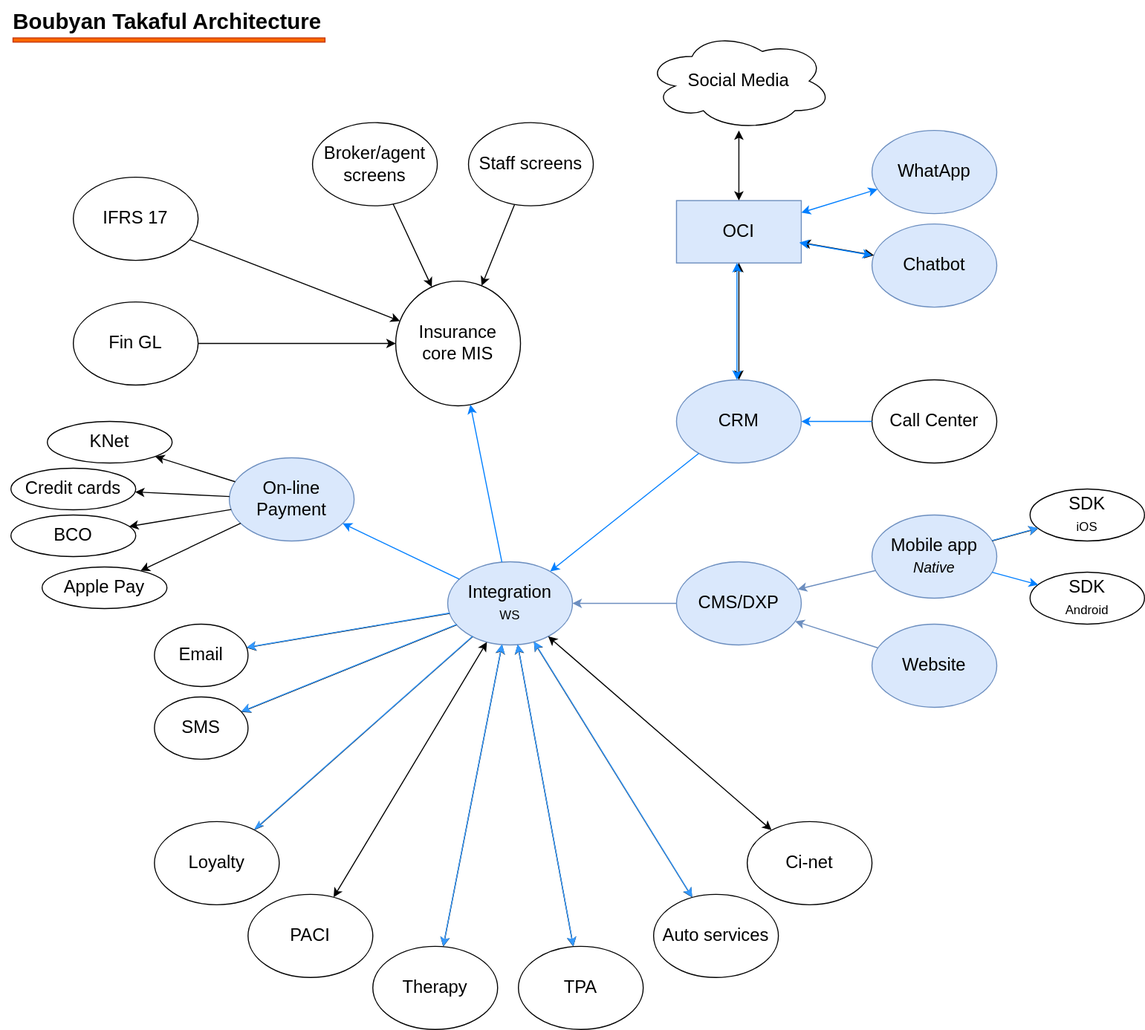
The draw.io diagram Astra Components(5).drawio.svg in computerchi/athome, before a commit. Source tidied: cells renumbered, new cells last; positions are measured from the earlier drawing's top-left corner, leaving out a move shared by most shapes.
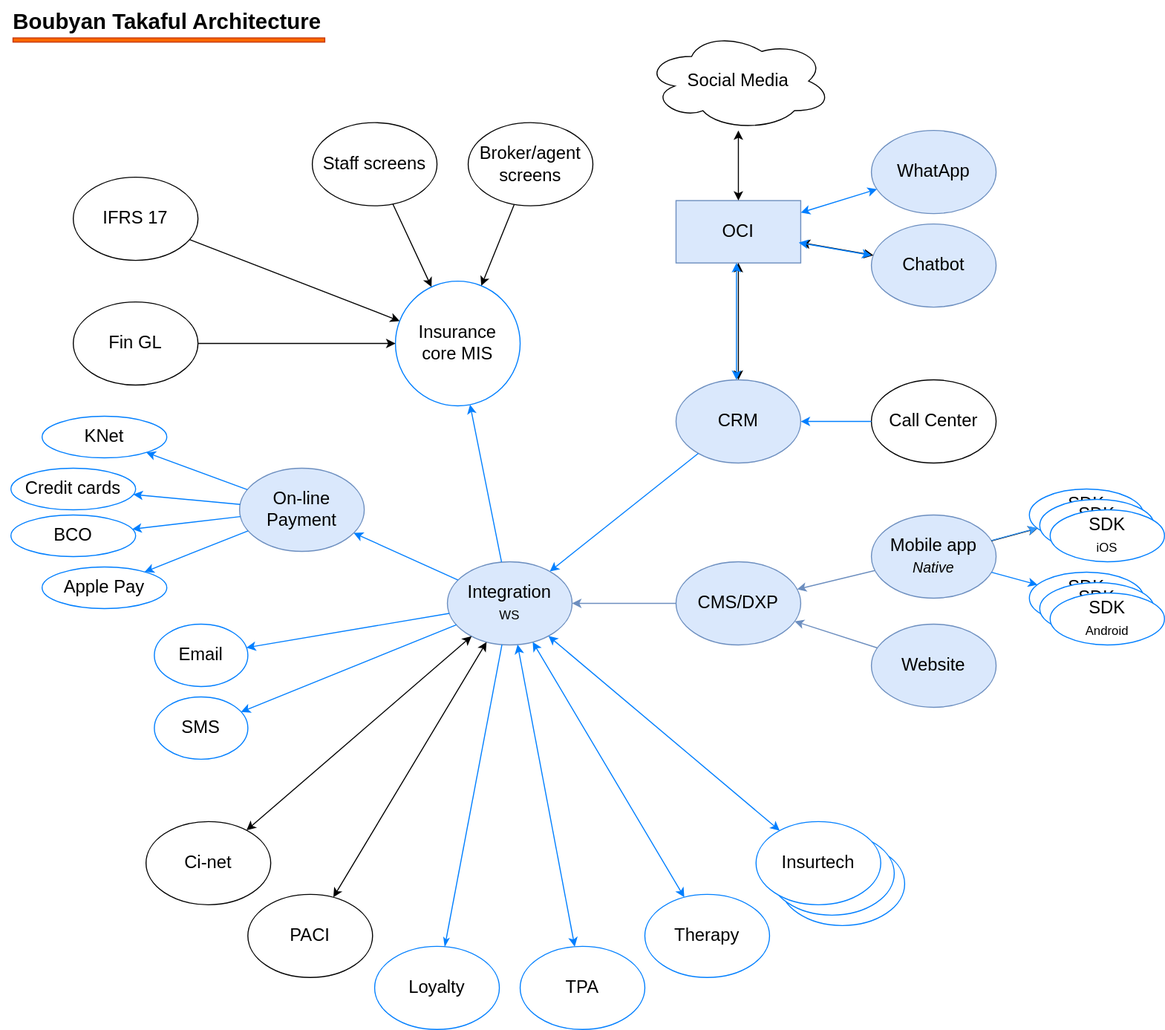
Above is the later version.

Change to the diagram source:
```diff
@@ -2,10 +2,16 @@
   <root>
     <mxCell id="0" />
     <mxCell id="1" parent="0" />
+    <mxCell id="72" value="Insurtech" style="ellipse;whiteSpace=wrap;html=1;fontSize=17;strokeColor=#007FFF;" parent="1" vertex="1">
+      <mxGeometry x="750" y="810" width="120" height="80" as="geometry" />
+    </mxCell>
+    <mxCell id="73" value="Insurtech" style="ellipse;whiteSpace=wrap;html=1;fontSize=17;strokeColor=#007FFF;" parent="1" vertex="1">
+      <mxGeometry x="740" y="800" width="120" height="80" as="geometry" />
+    </mxCell>
     <mxCell id="2" value="Staff screens" style="ellipse;whiteSpace=wrap;html=1;fontSize=17;" parent="1" vertex="1">
-      <mxGeometry x="450" y="117.5" width="120" height="80" as="geometry" />
+      <mxGeometry x="300" y="117.5" width="120" height="80" as="geometry" />
     </mxCell>
-    <mxCell id="3" value="&lt;div&gt;Insurance &lt;br&gt;&lt;/div&gt;&lt;div&gt;core MIS&lt;/div&gt;" style="ellipse;whiteSpace=wrap;html=1;fontSize=17;" parent="1" vertex="1">
+    <mxCell id="3" value="&lt;div&gt;Insurance &lt;br&gt;&lt;/div&gt;&lt;div&gt;core MIS&lt;/div&gt;" style="ellipse;whiteSpace=wrap;html=1;fontSize=17;strokeColor=#007FFF;" parent="1" vertex="1">
       <mxGeometry x="380" y="270" width="120" height="120" as="geometry" />
     </mxCell>
     <mxCell id="4" value="&lt;div&gt;Integration&lt;/div&gt;&lt;font style=&quot;font-size: 12px;&quot;&gt;WS&lt;/font&gt;" style="ellipse;whiteSpace=wrap;html=1;fontSize=17;fillColor=#dae8fc;strokeColor=#6c8ebf;" parent="1" vertex="1">
@@ -21,7 +27,7 @@
       <mxGeometry x="650" y="365" width="120" height="80" as="geometry" />
     </mxCell>
     <mxCell id="8" value="Broker/agent screens" style="ellipse;whiteSpace=wrap;html=1;fontSize=17;" parent="1" vertex="1">
-      <mxGeometry x="300" y="117.5" width="120" height="80" as="geometry" />
+      <mxGeometry x="450" y="117.5" width="120" height="80" as="geometry" />
     </mxCell>
     <mxCell id="9" style="endArrow=classic;html=1;rounded=0;fontSize=17;" parent="1" edge="1" source="2" target="3">
       <mxGeometry relative="1" as="geometry" />
@@ -65,10 +71,10 @@
     <mxCell id="22" style="endArrow=classic;startArrow=classic;html=1;rounded=0;fontSize=17;" parent="1" edge="1" source="17" target="21">
       <mxGeometry relative="1" as="geometry" />
     </mxCell>
-    <mxCell id="23" value="Therapy" style="ellipse;whiteSpace=wrap;html=1;fontSize=17;" parent="1" vertex="1">
-      <mxGeometry x="358" y="910" width="120" height="80" as="geometry" />
+    <mxCell id="23" value="Therapy" style="ellipse;whiteSpace=wrap;html=1;fontSize=17;strokeColor=#007FFF;" parent="1" vertex="1">
+      <mxGeometry x="620" y="860" width="120" height="80" as="geometry" />
     </mxCell>
-    <mxCell id="24" style="endArrow=classic;html=1;rounded=0;fontSize=17;startArrow=classic;startFill=1;" parent="1" edge="1" source="23" target="4">
+    <mxCell id="24" style="endArrow=classic;html=1;rounded=0;fontSize=17;startArrow=classic;startFill=1;strokeColor=#007FFF;" parent="1" edge="1" source="23" target="4">
       <mxGeometry relative="1" as="geometry" />
     </mxCell>
     <mxCell id="25" value="CMS/DXP" style="ellipse;whiteSpace=wrap;html=1;fontSize=17;fillColor=#dae8fc;strokeColor=#6c8ebf;" parent="1" vertex="1">
@@ -77,25 +83,25 @@
     <mxCell id="26" style="endArrow=classic;html=1;rounded=0;fontSize=17;fillColor=#dae8fc;strokeColor=#6c8ebf;" parent="1" edge="1" source="25" target="4">
       <mxGeometry relative="1" as="geometry" />
     </mxCell>
-    <mxCell id="27" value="&lt;div&gt;TPA&lt;/div&gt;" style="ellipse;whiteSpace=wrap;html=1;fontSize=17;" parent="1" vertex="1">
-      <mxGeometry x="498" y="910" width="120" height="80" as="geometry" />
+    <mxCell id="27" value="&lt;div&gt;TPA&lt;/div&gt;" style="ellipse;whiteSpace=wrap;html=1;fontSize=17;strokeColor=#007FFF;" parent="1" vertex="1">
+      <mxGeometry x="500" y="910" width="120" height="80" as="geometry" />
     </mxCell>
-    <mxCell id="28" style="endArrow=classic;html=1;rounded=0;fontSize=17;startArrow=classic;startFill=1;" parent="1" edge="1" source="27" target="4">
+    <mxCell id="28" style="endArrow=classic;html=1;rounded=0;fontSize=17;startArrow=classic;startFill=1;strokeColor=#007FFF;" parent="1" edge="1" source="27" target="4">
       <mxGeometry relative="1" as="geometry" />
     </mxCell>
     <mxCell id="29" value="&lt;div style=&quot;font-size: 17px;&quot;&gt;On-line Payment&lt;br style=&quot;font-size: 17px;&quot;&gt;&lt;/div&gt;" style="ellipse;whiteSpace=wrap;html=1;fontSize=17;fillColor=#dae8fc;strokeColor=#6c8ebf;" parent="1" vertex="1">
-      <mxGeometry x="220" y="440" width="120" height="80" as="geometry" />
+      <mxGeometry x="230" y="450" width="120" height="80" as="geometry" />
     </mxCell>
-    <mxCell id="30" value="Email" style="ellipse;whiteSpace=wrap;html=1;fontSize=17;" parent="1" vertex="1">
+    <mxCell id="30" value="Email" style="ellipse;whiteSpace=wrap;html=1;fontSize=17;strokeColor=#007FFF;" parent="1" vertex="1">
       <mxGeometry x="148" y="600" width="90" height="60" as="geometry" />
     </mxCell>
-    <mxCell id="31" value="SMS" style="ellipse;whiteSpace=wrap;html=1;fontSize=17;" parent="1" vertex="1">
+    <mxCell id="31" value="SMS" style="ellipse;whiteSpace=wrap;html=1;fontSize=17;strokeColor=#007FFF;" parent="1" vertex="1">
       <mxGeometry x="148" y="670" width="90" height="60" as="geometry" />
     </mxCell>
-    <mxCell id="32" style="endArrow=classic;html=1;rounded=0;fontSize=17;startArrow=none;startFill=0;endFill=1;" parent="1" edge="1" source="4" target="30">
+    <mxCell id="32" style="endArrow=classic;html=1;rounded=0;fontSize=17;startArrow=none;startFill=0;endFill=1;strokeColor=#007FFF;" parent="1" edge="1" source="4" target="30">
       <mxGeometry relative="1" as="geometry" />
     </mxCell>
-    <mxCell id="33" style="endArrow=classic;html=1;rounded=0;fontSize=17;startArrow=none;startFill=0;endFill=1;" parent="1" edge="1" source="4" target="31">
+    <mxCell id="33" style="endArrow=classic;html=1;rounded=0;fontSize=17;startArrow=none;startFill=0;endFill=1;strokeColor=#007FFF;" parent="1" edge="1" source="4" target="31">
       <mxGeometry relative="1" as="geometry" />
     </mxCell>
     <mxCell id="34" style="endArrow=none;html=1;rounded=0;fontSize=17;startArrow=classic;startFill=1;endFill=0;strokeColor=#007FFF;" parent="1" edge="1" source="29" target="4">
@@ -107,10 +113,10 @@
     <mxCell id="36" style="endArrow=classic;startArrow=classic;html=1;rounded=0;fontSize=17;strokeColor=#007FFF;" parent="1" edge="1" source="17" target="35">
       <mxGeometry relative="1" as="geometry" />
     </mxCell>
-    <mxCell id="37" value="Loyalty" style="ellipse;whiteSpace=wrap;html=1;fontSize=17;" parent="1" vertex="1">
-      <mxGeometry x="148" y="790" width="120" height="80" as="geometry" />
+    <mxCell id="37" value="Loyalty" style="ellipse;whiteSpace=wrap;html=1;fontSize=17;strokeColor=#007FFF;" parent="1" vertex="1">
+      <mxGeometry x="360" y="910" width="120" height="80" as="geometry" />
     </mxCell>
-    <mxCell id="38" style="endArrow=none;html=1;rounded=0;startArrow=classicThin;startFill=1;endFill=0;" parent="1" edge="1" source="37" target="4">
+    <mxCell id="38" style="endArrow=none;html=1;rounded=0;startArrow=classicThin;startFill=1;endFill=0;strokeColor=#007FFF;" parent="1" edge="1" source="37" target="4">
       <mxGeometry relative="1" as="geometry" />
     </mxCell>
     <mxCell id="39" value="PACI" style="ellipse;whiteSpace=wrap;html=1;fontSize=17;" parent="1" vertex="1">
@@ -125,44 +131,44 @@
     <mxCell id="42" value="&lt;div&gt;Mobile app&lt;/div&gt;&lt;div&gt;&lt;font size=&quot;1&quot;&gt;&lt;i style=&quot;font-size: 14px;&quot;&gt;Native&lt;/i&gt;&lt;/font&gt;&lt;br&gt;&lt;/div&gt;" style="ellipse;whiteSpace=wrap;html=1;fontSize=17;fillColor=#dae8fc;strokeColor=#6c8ebf;" parent="1" vertex="1">
       <mxGeometry x="838" y="495" width="120" height="80" as="geometry" />
     </mxCell>
-    <mxCell id="43" value="&lt;div&gt;SDK&lt;/div&gt;&lt;div&gt;&lt;font style=&quot;font-size: 12px;&quot;&gt;iOS&lt;/font&gt;&lt;br&gt;&lt;/div&gt;" style="ellipse;whiteSpace=wrap;html=1;fontSize=17;" parent="1" vertex="1">
+    <mxCell id="43" value="&lt;div&gt;SDK&lt;/div&gt;&lt;div&gt;&lt;font style=&quot;font-size: 12px;&quot;&gt;iOS&lt;/font&gt;&lt;br&gt;&lt;/div&gt;" style="ellipse;whiteSpace=wrap;html=1;fontSize=17;strokeColor=#007FFF;" parent="1" vertex="1">
       <mxGeometry x="990" y="470" width="110" height="50" as="geometry" />
     </mxCell>
-    <mxCell id="44" value="&lt;div&gt;SDK&lt;/div&gt;&lt;div&gt;&lt;font style=&quot;font-size: 12px;&quot;&gt;Android&lt;/font&gt;&lt;br&gt;&lt;/div&gt;" style="ellipse;whiteSpace=wrap;html=1;fontSize=17;" parent="1" vertex="1">
+    <mxCell id="44" value="&lt;div&gt;SDK&lt;/div&gt;&lt;div&gt;&lt;font style=&quot;font-size: 12px;&quot;&gt;Android&lt;/font&gt;&lt;br&gt;&lt;/div&gt;" style="ellipse;whiteSpace=wrap;html=1;fontSize=17;strokeColor=#007FFF;" parent="1" vertex="1">
       <mxGeometry x="990" y="550" width="110" height="50" as="geometry" />
     </mxCell>
-    <mxCell id="45" value="Auto services" style="ellipse;whiteSpace=wrap;html=1;fontSize=17;" parent="1" vertex="1">
-      <mxGeometry x="628" y="860" width="120" height="80" as="geometry" />
+    <mxCell id="45" value="Insurtech" style="ellipse;whiteSpace=wrap;html=1;fontSize=17;strokeColor=#007FFF;" parent="1" vertex="1">
+      <mxGeometry x="727" y="790" width="120" height="80" as="geometry" />
     </mxCell>
-    <mxCell id="46" style="endArrow=classic;html=1;rounded=0;startArrow=classic;startFill=1;" parent="1" edge="1" source="45" target="4">
+    <mxCell id="46" style="endArrow=classic;html=1;rounded=0;startArrow=classic;startFill=1;strokeColor=#007FFF;" parent="1" edge="1" source="45" target="4">
       <mxGeometry relative="1" as="geometry" />
     </mxCell>
-    <mxCell id="47" value="KNet" style="ellipse;whiteSpace=wrap;html=1;fontSize=17;" parent="1" vertex="1">
-      <mxGeometry x="45" y="405" width="120" height="40" as="geometry" />
+    <mxCell id="47" value="KNet" style="ellipse;whiteSpace=wrap;html=1;fontSize=17;strokeColor=#007FFF;" parent="1" vertex="1">
+      <mxGeometry x="40" y="400" width="120" height="40" as="geometry" />
     </mxCell>
-    <mxCell id="48" style="endArrow=classic;html=1;rounded=0;" parent="1" edge="1" source="29" target="47">
+    <mxCell id="48" style="endArrow=classic;html=1;rounded=0;strokeColor=#007FFF;" parent="1" edge="1" source="29" target="47">
       <mxGeometry relative="1" as="geometry" />
     </mxCell>
-    <mxCell id="49" value="Credit cards" style="ellipse;whiteSpace=wrap;html=1;fontSize=17;" parent="1" vertex="1">
+    <mxCell id="49" value="Credit cards" style="ellipse;whiteSpace=wrap;html=1;fontSize=17;strokeColor=#007FFF;" parent="1" vertex="1">
       <mxGeometry x="10" y="450" width="120" height="40" as="geometry" />
     </mxCell>
-    <mxCell id="50" style="endArrow=classic;html=1;rounded=0;" parent="1" edge="1" source="29" target="49">
+    <mxCell id="50" style="endArrow=classic;html=1;rounded=0;strokeColor=#007FFF;" parent="1" edge="1" source="29" target="49">
       <mxGeometry relative="1" as="geometry" />
     </mxCell>
-    <mxCell id="51" value="BCO" style="ellipse;whiteSpace=wrap;html=1;fontSize=17;" parent="1" vertex="1">
+    <mxCell id="51" value="BCO" style="ellipse;whiteSpace=wrap;html=1;fontSize=17;strokeColor=#007FFF;" parent="1" vertex="1">
       <mxGeometry x="10" y="495" width="120" height="40" as="geometry" />
     </mxCell>
-    <mxCell id="52" style="endArrow=classic;html=1;rounded=0;" parent="1" edge="1" source="29" target="51">
+    <mxCell id="52" style="endArrow=classic;html=1;rounded=0;strokeColor=#007FFF;" parent="1" edge="1" source="29" target="51">
       <mxGeometry relative="1" as="geometry" />
     </mxCell>
-    <mxCell id="53" value="Apple Pay" style="ellipse;whiteSpace=wrap;html=1;fontSize=17;" parent="1" vertex="1">
+    <mxCell id="53" value="Apple Pay" style="ellipse;whiteSpace=wrap;html=1;fontSize=17;strokeColor=#007FFF;" parent="1" vertex="1">
       <mxGeometry x="40" y="545" width="120" height="40" as="geometry" />
     </mxCell>
-    <mxCell id="54" style="endArrow=classic;html=1;rounded=0;" parent="1" edge="1" source="29" target="53">
+    <mxCell id="54" style="endArrow=classic;html=1;rounded=0;strokeColor=#007FFF;" parent="1" edge="1" source="29" target="53">
       <mxGeometry relative="1" as="geometry" />
     </mxCell>
     <mxCell id="55" value="Ci-net" style="ellipse;whiteSpace=wrap;html=1;fontSize=17;" parent="1" vertex="1">
-      <mxGeometry x="718" y="790" width="120" height="80" as="geometry" />
+      <mxGeometry x="140" y="790" width="120" height="80" as="geometry" />
     </mxCell>
     <mxCell id="56" style="endArrow=classic;html=1;rounded=0;fontSize=17;startArrow=classic;startFill=1;" parent="1" edge="1" source="55" target="4">
       <mxGeometry relative="1" as="geometry" />
@@ -185,42 +191,6 @@
     <mxCell id="62" style="rounded=0;whiteSpace=wrap;html=1;fontSize=12;fillColor=#fa6800;fontColor=#000000;strokeColor=#C73500;" parent="1" vertex="1">
       <mxGeometry x="12" y="36" width="300" height="4" as="geometry" />
     </mxCell>
-    <mxCell id="63" style="endArrow=classic;html=1;rounded=0;fontSize=17;startArrow=none;startFill=0;endFill=1;strokeColor=#3399FF;" parent="1" edge="1">
-      <mxGeometry relative="1" as="geometry">
-        <mxPoint x="431.8" y="589.3" as="sourcePoint" />
-        <mxPoint x="236.6" y="622.3" as="targetPoint" />
-      </mxGeometry>
-    </mxCell>
-    <mxCell id="64" style="endArrow=classic;html=1;rounded=0;fontSize=17;startArrow=none;startFill=0;endFill=1;strokeColor=#3399FF;" parent="1" edge="1">
-      <mxGeometry relative="1" as="geometry">
-        <mxPoint x="438.7" y="600.4" as="sourcePoint" />
-        <mxPoint x="231.5" y="684.1" as="targetPoint" />
-      </mxGeometry>
-    </mxCell>
-    <mxCell id="65" style="endArrow=none;html=1;rounded=0;startArrow=classicThin;startFill=1;endFill=0;strokeColor=#3399FF;" parent="1" edge="1">
-      <mxGeometry relative="1" as="geometry">
-        <mxPoint x="244" y="797.7" as="sourcePoint" />
-        <mxPoint x="453.9" y="611.6" as="targetPoint" />
-      </mxGeometry>
-    </mxCell>
-    <mxCell id="66" style="endArrow=classic;html=1;rounded=0;fontSize=17;startArrow=classic;startFill=1;strokeColor=#3399FF;" parent="1" edge="1">
-      <mxGeometry relative="1" as="geometry">
-        <mxPoint x="425.7" y="910" as="sourcePoint" />
-        <mxPoint x="482.3" y="619.3" as="targetPoint" />
-      </mxGeometry>
-    </mxCell>
-    <mxCell id="67" style="endArrow=classic;html=1;rounded=0;fontSize=17;startArrow=classic;startFill=1;strokeColor=#3399FF;" parent="1" edge="1">
-      <mxGeometry relative="1" as="geometry">
-        <mxPoint x="550.8" y="910" as="sourcePoint" />
-        <mxPoint x="497.3" y="619.4" as="targetPoint" />
-      </mxGeometry>
-    </mxCell>
-    <mxCell id="68" style="endArrow=classic;html=1;rounded=0;startArrow=classic;startFill=1;strokeColor=#3399FF;" parent="1" edge="1">
-      <mxGeometry relative="1" as="geometry">
-        <mxPoint x="665.1" y="862.7" as="sourcePoint" />
-        <mxPoint x="512.9" y="616.6" as="targetPoint" />
-      </mxGeometry>
-    </mxCell>
     <mxCell id="69" style="endArrow=classic;html=1;rounded=0;fontSize=12;strokeColor=#3399FF;" parent="1" edge="1">
       <mxGeometry relative="1" as="geometry">
         <mxPoint x="953.5" y="519.5" as="sourcePoint" />
@@ -239,5 +209,17 @@
         <mxPoint x="838" y="245.1" as="targetPoint" />
       </mxGeometry>
     </mxCell>
+    <mxCell id="74" value="&lt;div&gt;SDK&lt;/div&gt;&lt;div&gt;&lt;font style=&quot;font-size: 12px;&quot;&gt;iOS&lt;/font&gt;&lt;br&gt;&lt;/div&gt;" style="ellipse;whiteSpace=wrap;html=1;fontSize=17;strokeColor=#007FFF;" parent="1" vertex="1">
+      <mxGeometry x="1000" y="480" width="110" height="50" as="geometry" />
+    </mxCell>
+    <mxCell id="75" value="&lt;div&gt;SDK&lt;/div&gt;&lt;div&gt;&lt;font style=&quot;font-size: 12px;&quot;&gt;iOS&lt;/font&gt;&lt;br&gt;&lt;/div&gt;" style="ellipse;whiteSpace=wrap;html=1;fontSize=17;strokeColor=#007FFF;" parent="1" vertex="1">
+      <mxGeometry x="1010" y="490" width="110" height="50" as="geometry" />
+    </mxCell>
+    <mxCell id="76" value="&lt;div&gt;SDK&lt;/div&gt;&lt;div&gt;&lt;font style=&quot;font-size: 12px;&quot;&gt;Android&lt;/font&gt;&lt;br&gt;&lt;/div&gt;" style="ellipse;whiteSpace=wrap;html=1;fontSize=17;strokeColor=#007FFF;" parent="1" vertex="1">
+      <mxGeometry x="1000" y="560" width="110" height="50" as="geometry" />
+    </mxCell>
+    <mxCell id="77" value="&lt;div&gt;SDK&lt;/div&gt;&lt;div&gt;&lt;font style=&quot;font-size: 12px;&quot;&gt;Android&lt;/font&gt;&lt;br&gt;&lt;/div&gt;" style="ellipse;whiteSpace=wrap;html=1;fontSize=17;strokeColor=#007FFF;" parent="1" vertex="1">
+      <mxGeometry x="1010" y="570" width="110" height="50" as="geometry" />
+    </mxCell>
   </root>
 </mxGraphModel>
```
